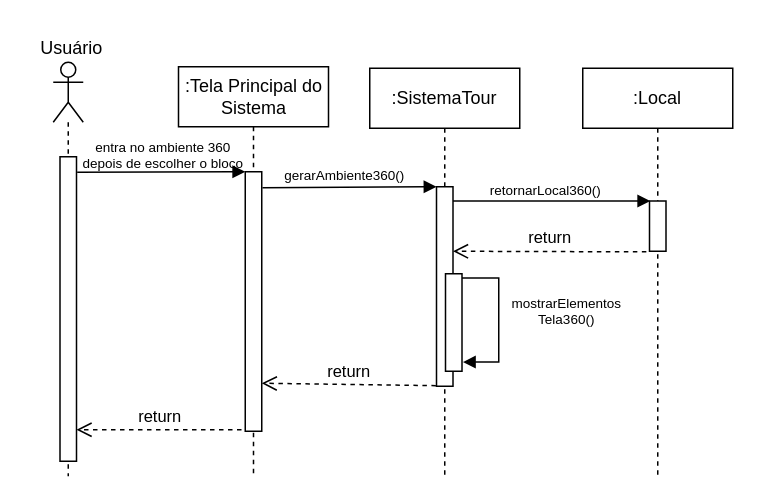
Before: DiagramaDeSequencia-Acessar360.drawio in Gigagiga1234/Tour-Virtual, a draw.io diagram. Source tidied: cells renumbered, new cells numbered last; positions are measured from the earlier drawing's top-left corner, leaving out a move shared by most shapes. Both pictures are drawn from the tidied source at 150%, with x=0, y=0 at pixel (26, 26).
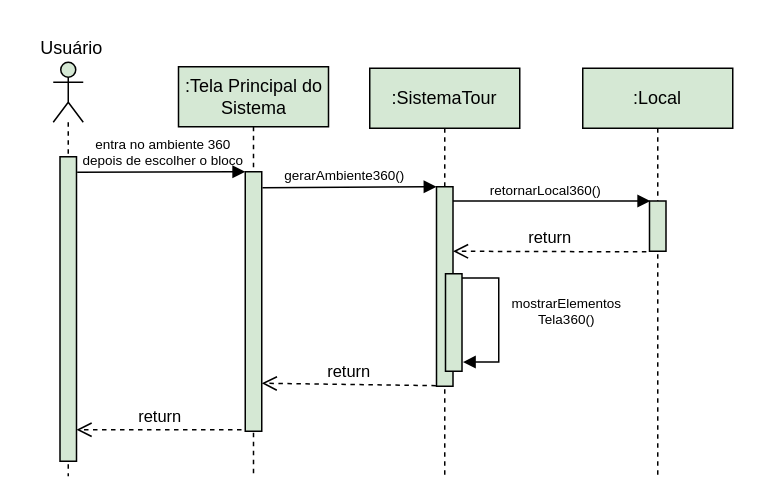
The same page after the edit.

The edit, as a diff of the source:
```diff
@@
-    <mxCell id="3" value=":Tela Principal do Sistema" style="shape=umlLifeline;perimeter=lifelinePerimeter;whiteSpace=wrap;html=1;newEdgeStyle={&quot;curved&quot;:0,&quot;rounded&quot;:0};" parent="1" vertex="1">
+    <mxCell id="3" value=":Tela Principal do Sistema" style="shape=umlLifeline;perimeter=lifelinePerimeter;whiteSpace=wrap;html=1;newEdgeStyle={&quot;curved&quot;:0,&quot;rounded&quot;:0};fillColor=#d5e8d4;strokeColor=default;" parent="1" vertex="1">
       <mxGeometry x="101.5" y="27" width="100" height="273" as="geometry" />
     </mxCell>
-    <mxCell id="4" style="shape=umlLifeline;perimeter=lifelinePerimeter;whiteSpace=wrap;html=1;newEdgeStyle={&quot;curved&quot;:0,&quot;rounded&quot;:0};participant=umlActor;" parent="1" vertex="1">
+    <mxCell id="4" style="shape=umlLifeline;perimeter=lifelinePerimeter;whiteSpace=wrap;html=1;newEdgeStyle={&quot;curved&quot;:0,&quot;rounded&quot;:0};participant=umlActor;fillColor=#d5e8d4;strokeColor=default;" parent="1" vertex="1">
       <mxGeometry x="18" y="24" width="20" height="276" as="geometry" />
     </mxCell>
-    <mxCell id="5" style="rounded=0;whiteSpace=wrap;html=1;" parent="1" vertex="1">
+    <mxCell id="5" style="rounded=0;whiteSpace=wrap;html=1;fillColor=#d5e8d4;strokeColor=default;" parent="1" vertex="1">
       <mxGeometry x="22.5" y="87" width="11" height="203" as="geometry" />
     </mxCell>
     <mxCell id="6" value="entra no ambiente 360&lt;div&gt;depois de escolher o bloco&lt;/div&gt;" style="text;html=1;align=center;verticalAlign=middle;strokeColor=none;fillColor=none;fontSize=9;" parent="1" vertex="1">
-      <mxGeometry x="26" y="66" width="130" height="40" as="geometry" />
+      <mxGeometry x="26" y="64" width="130" height="40" as="geometry" />
     </mxCell>
-    <mxCell id="7" style="rounded=0;whiteSpace=wrap;html=1;" parent="1" vertex="1">
+    <mxCell id="7" style="rounded=0;whiteSpace=wrap;html=1;fillColor=#d5e8d4;strokeColor=default;" parent="1" vertex="1">
       <mxGeometry x="146" y="97" width="11" height="173" as="geometry" />
     </mxCell>
-    <mxCell id="8" style="endArrow=block;html=1;rounded=0;exitX=1.04;exitY=0.051;exitDx=0;exitDy=0;exitPerimeter=0;entryX=0;entryY=0;entryDx=0;entryDy=0;endFill=1;" parent="1" edge="1" source="5" target="7">
+    <mxCell id="8" style="endArrow=block;html=1;rounded=0;exitX=1.04;exitY=0.051;exitDx=0;exitDy=0;exitPerimeter=0;entryX=0;entryY=0;entryDx=0;entryDy=0;endFill=1;fillColor=#d5e8d4;strokeColor=default;" parent="1" edge="1" source="5" target="7">
       <mxGeometry relative="1" as="geometry" />
     </mxCell>
-    <mxCell id="9" style="endArrow=block;html=1;rounded=0;exitX=1.044;exitY=0.062;exitDx=0;exitDy=0;exitPerimeter=0;entryX=0;entryY=0;entryDx=0;entryDy=0;endFill=1;" parent="1" edge="1" source="7" target="14">
+    <mxCell id="9" style="endArrow=block;html=1;rounded=0;exitX=1.044;exitY=0.062;exitDx=0;exitDy=0;exitPerimeter=0;entryX=0;entryY=0;entryDx=0;entryDy=0;endFill=1;fillColor=#d5e8d4;strokeColor=default;" parent="1" edge="1" source="7" target="14">
       <mxGeometry relative="1" as="geometry" />
     </mxCell>
-    <mxCell id="10" value="return" style="html=1;verticalAlign=bottom;endArrow=open;dashed=1;endSize=8;curved=0;rounded=0;entryX=1.039;entryY=0.879;entryDx=0;entryDy=0;entryPerimeter=0;" parent="1" edge="1">
+    <mxCell id="10" value="return" style="html=1;verticalAlign=bottom;endArrow=open;dashed=1;endSize=8;curved=0;rounded=0;entryX=1.039;entryY=0.879;entryDx=0;entryDy=0;entryPerimeter=0;fillColor=#d5e8d4;strokeColor=default;" parent="1" edge="1">
       <mxGeometry relative="1" as="geometry">
         <mxPoint x="273.1" y="239.6" as="sourcePoint" />
         <mxPoint x="157" y="238" as="targetPoint" />
       </mxGeometry>
     </mxCell>
-    <mxCell id="11" value="return" style="html=1;verticalAlign=bottom;endArrow=open;dashed=1;endSize=8;curved=0;rounded=0;" parent="1" edge="1">
+    <mxCell id="11" value="return" style="html=1;verticalAlign=bottom;endArrow=open;dashed=1;endSize=8;curved=0;rounded=0;fillColor=#d5e8d4;strokeColor=default;" parent="1" edge="1">
       <mxGeometry relative="1" as="geometry">
         <mxPoint x="143.5" y="269" as="sourcePoint" />
         <mxPoint x="33.5" y="269" as="targetPoint" />
       </mxGeometry>
     </mxCell>
@@
-    <mxCell id="13" value=":SistemaTour" style="shape=umlLifeline;perimeter=lifelinePerimeter;whiteSpace=wrap;html=1;newEdgeStyle={&quot;curved&quot;:0,&quot;rounded&quot;:0};" parent="1" vertex="1">
+    <mxCell id="13" value=":SistemaTour" style="shape=umlLifeline;perimeter=lifelinePerimeter;whiteSpace=wrap;html=1;newEdgeStyle={&quot;curved&quot;:0,&quot;rounded&quot;:0};fillColor=#d5e8d4;strokeColor=default;" parent="1" vertex="1">
       <mxGeometry x="229" y="28" width="100" height="272" as="geometry" />
     </mxCell>
-    <mxCell id="14" style="rounded=0;whiteSpace=wrap;html=1;" parent="1" vertex="1">
+    <mxCell id="14" style="rounded=0;whiteSpace=wrap;html=1;fillColor=#d5e8d4;strokeColor=default;" parent="1" vertex="1">
       <mxGeometry x="273.5" y="107" width="11" height="133" as="geometry" />
     </mxCell>
@@
-    <mxCell id="16" value="return" style="html=1;verticalAlign=bottom;endArrow=open;dashed=1;endSize=8;curved=0;rounded=0;entryX=1.01;entryY=0.365;entryDx=0;entryDy=0;entryPerimeter=0;" parent="1" edge="1">
+    <mxCell id="16" value="return" style="html=1;verticalAlign=bottom;endArrow=open;dashed=1;endSize=8;curved=0;rounded=0;entryX=1.01;entryY=0.365;entryDx=0;entryDy=0;entryPerimeter=0;fillColor=#d5e8d4;strokeColor=default;" parent="1" edge="1">
       <mxGeometry relative="1" as="geometry">
         <mxPoint x="413.4" y="150.4" as="sourcePoint" />
         <mxPoint x="284.5" y="150" as="targetPoint" />
       </mxGeometry>
     </mxCell>
-    <mxCell id="17" value=":Local" style="shape=umlLifeline;perimeter=lifelinePerimeter;whiteSpace=wrap;html=1;newEdgeStyle={&quot;curved&quot;:0,&quot;rounded&quot;:0};" parent="1" vertex="1">
+    <mxCell id="17" value=":Local" style="shape=umlLifeline;perimeter=lifelinePerimeter;whiteSpace=wrap;html=1;newEdgeStyle={&quot;curved&quot;:0,&quot;rounded&quot;:0};fillColor=#d5e8d4;strokeColor=default;" parent="1" vertex="1">
       <mxGeometry x="371" y="28" width="100" height="272" as="geometry" />
     </mxCell>
-    <mxCell id="18" style="html=1;align=left;spacingLeft=2;endArrow=block;rounded=0;edgeStyle=elbowEdgeStyle;rounded=0;exitX=1.089;exitY=0.74;exitDx=0;exitDy=0;exitPerimeter=0;entryX=1.054;entryY=0.906;entryDx=0;entryDy=0;entryPerimeter=0;" parent="1" edge="1" target="20">
+    <mxCell id="18" style="html=1;align=left;spacingLeft=2;endArrow=block;rounded=0;edgeStyle=elbowEdgeStyle;rounded=0;exitX=1.089;exitY=0.74;exitDx=0;exitDy=0;exitPerimeter=0;entryX=1.054;entryY=0.906;entryDx=0;entryDy=0;entryPerimeter=0;fillColor=#d5e8d4;strokeColor=default;" parent="1" edge="1" target="20">
       <mxGeometry x="-0.17" y="30" relative="1" as="geometry">
         <mxPoint x="290.5" y="167.9" as="sourcePoint" />
         <Array as="points">
           <mxPoint x="315" y="180.1" />
         </Array>
       </mxGeometry>
     </mxCell>
@@
-    <mxCell id="20" style="rounded=0;whiteSpace=wrap;html=1;" parent="1" vertex="1">
+    <mxCell id="20" style="rounded=0;whiteSpace=wrap;html=1;fillColor=#d5e8d4;strokeColor=default;" parent="1" vertex="1">
       <mxGeometry x="279.5" y="165" width="11" height="65" as="geometry" />
     </mxCell>
-    <mxCell id="21" style="rounded=0;whiteSpace=wrap;html=1;" parent="1" vertex="1">
+    <mxCell id="21" style="rounded=0;whiteSpace=wrap;html=1;fillColor=#d5e8d4;strokeColor=default;" parent="1" vertex="1">
       <mxGeometry x="415.5" y="116.5" width="11" height="33.5" as="geometry" />
     </mxCell>
-    <mxCell id="22" style="endArrow=block;html=1;rounded=0;entryX=0;entryY=0;entryDx=0;entryDy=0;endFill=1;exitX=0.998;exitY=0.031;exitDx=0;exitDy=0;exitPerimeter=0;" parent="1" edge="1">
+    <mxCell id="22" style="endArrow=block;html=1;rounded=0;entryX=0;entryY=0;entryDx=0;entryDy=0;endFill=1;exitX=0.998;exitY=0.031;exitDx=0;exitDy=0;exitPerimeter=0;fillColor=#d5e8d4;strokeColor=default;" parent="1" edge="1">
       <mxGeometry relative="1" as="geometry">
         <mxPoint x="284.5" y="116.5" as="sourcePoint" />
         <mxPoint x="416" y="116.5" as="targetPoint" />
       </mxGeometry>
     </mxCell>
```
